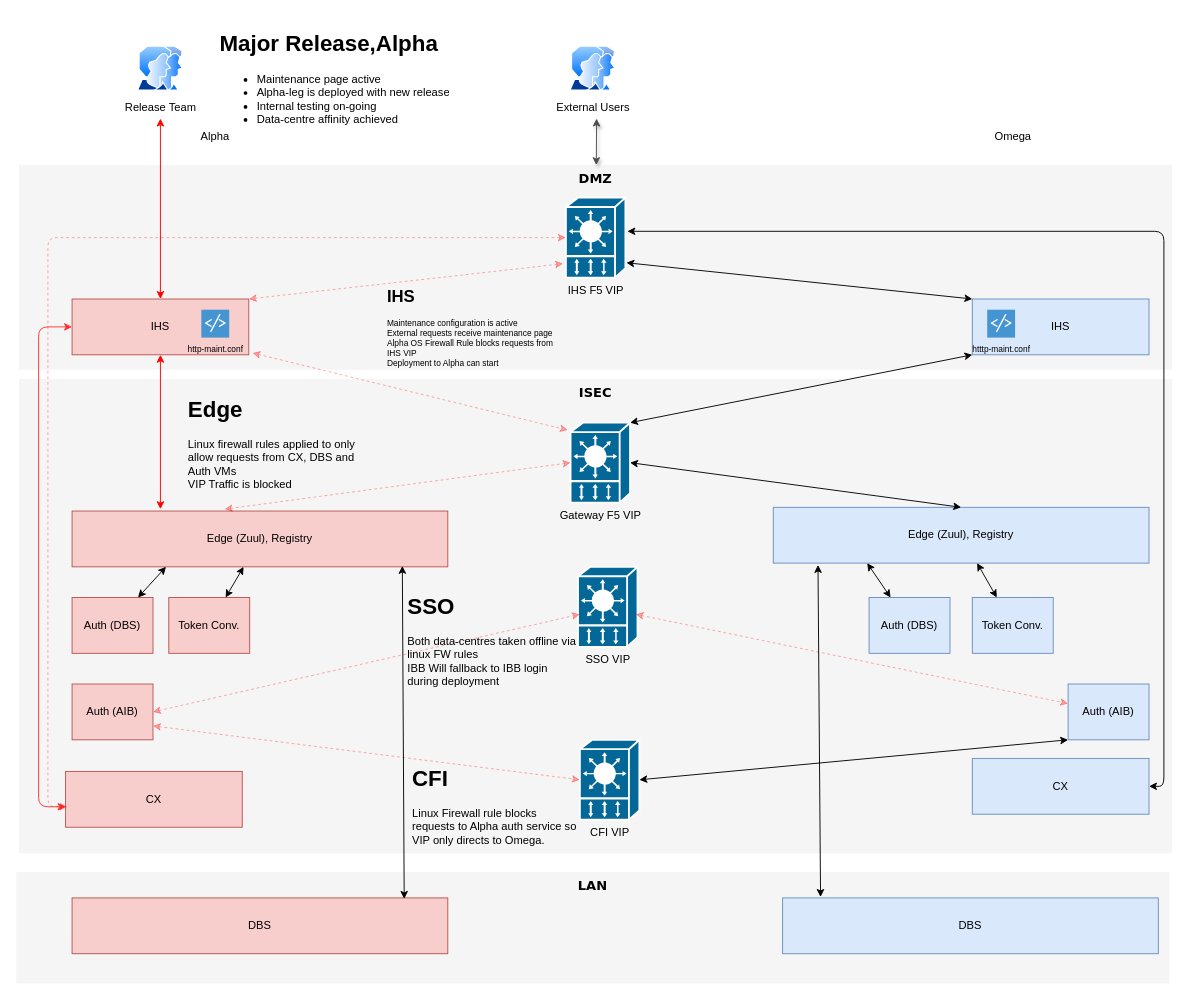
Above: src/main/resources/topology-major-release.drawio in hughrossdublin/cardsproxy (draw.io), before the change. Source tidied: cells renumbered, new cells numbered last; positions are measured from the earlier drawing's top-left corner, leaving out a move shared by most shapes. Both pictures are drawn from the tidied source at 93%, with x=0, y=0 at pixel (16, 25).
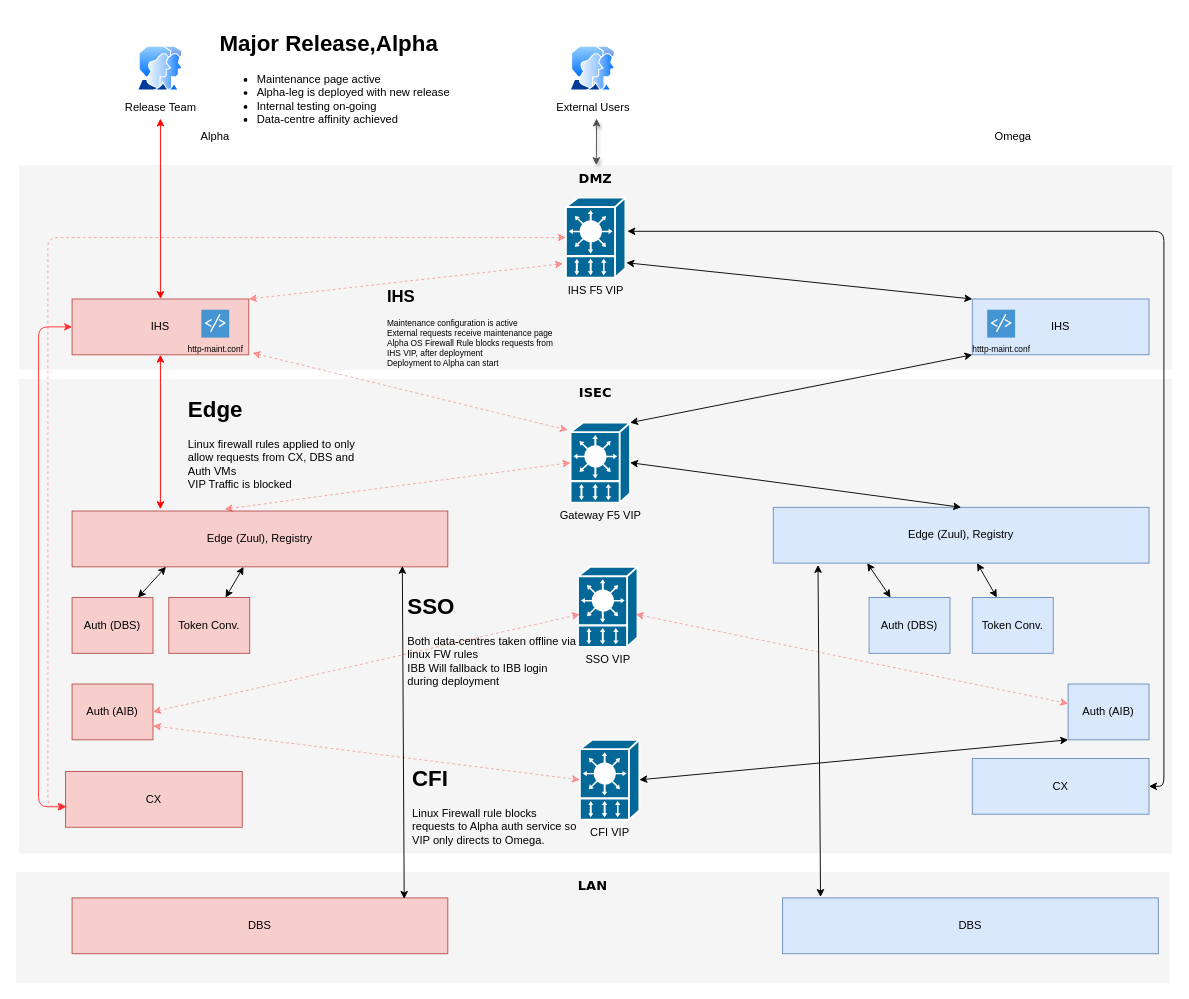
The same diagram, later.

Diff of the diagram source:
```diff
@@
-    <mxCell id="54" value="&lt;h1&gt;IHS&lt;/h1&gt;&lt;p&gt;Maintenance configuration is active&lt;br&gt;External requests receive maintenance page&lt;br&gt;&lt;span&gt;Alpha OS Firewall Rule blocks requests from IHS VIP&lt;br&gt;Deployment to Alpha can start&lt;/span&gt;&lt;/p&gt;" style="text;html=1;strokeColor=none;fillColor=none;spacing=5;spacingTop=-20;whiteSpace=wrap;overflow=hidden;rounded=0;fontSize=9;" parent="1" vertex="1">
+    <mxCell id="54" value="&lt;h1&gt;IHS&lt;/h1&gt;&lt;p&gt;Maintenance configuration is active&lt;br&gt;External requests receive maintenance page&lt;br&gt;&lt;span&gt;Alpha OS Firewall Rule blocks requests from IHS VIP, after deployment&lt;br&gt;Deployment to Alpha can start&lt;/span&gt;&lt;/p&gt;" style="text;html=1;strokeColor=none;fillColor=none;spacing=5;spacingTop=-20;whiteSpace=wrap;overflow=hidden;rounded=0;fontSize=9;" parent="1" vertex="1">
       <mxGeometry x="394" y="280" width="190" height="116" as="geometry" />
     </mxCell>
```
